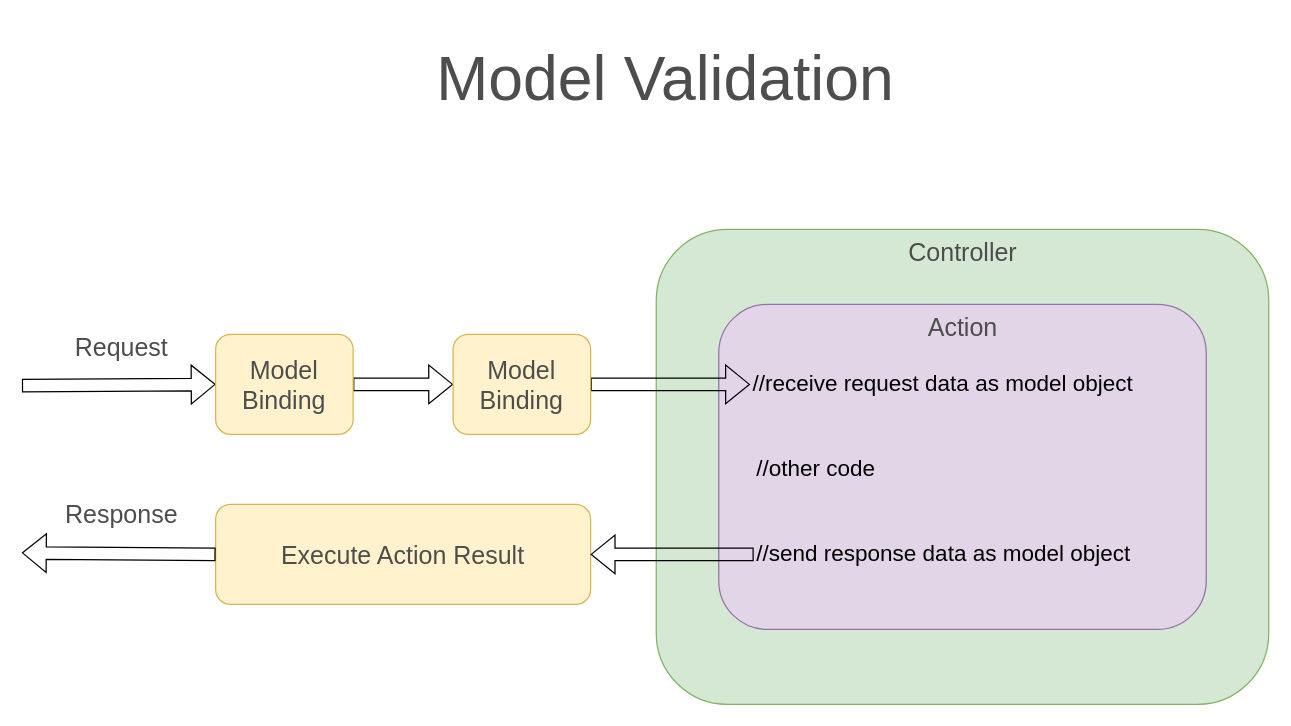
Earlier version of the draw.io diagram page "模型验证" (16 of 16) of charts/ASP.NET_Core_Ultimate_Guide.drawio (ankium/mindnotes). Source tidied: cells renumbered, new cells numbered last; positions are measured from the earlier drawing's top-left corner, leaving out a move shared by most shapes. Both pictures are drawn from the tidied source at 125%, with x=0, y=0 at pixel (21, 21).
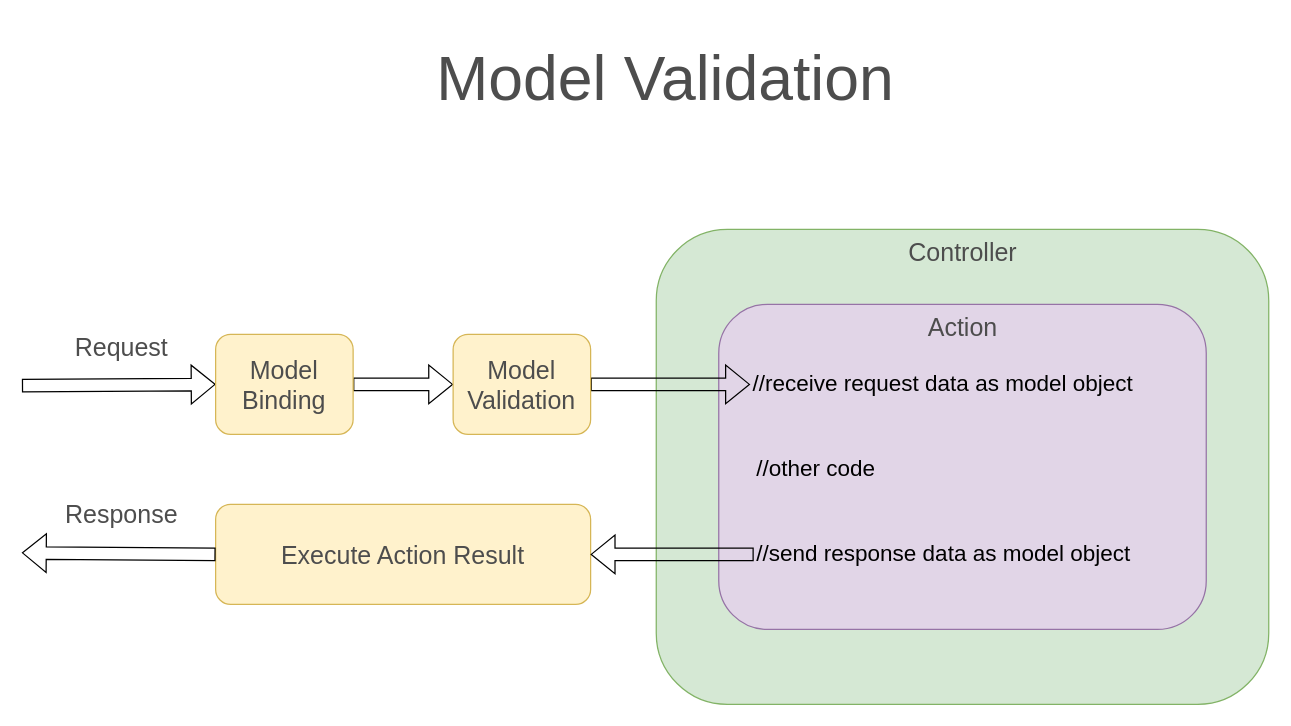
After the change.

Commit message (it also covers changes not shown here):
更新笔记、图表和.gitignore文件

Unchanged cells that the change refers to:
```xml
<mxCell id="3" style="group;" parent="1" vertex="1">
  <mxGeometry x="30" y="166" width="931.5" height="380" as="geometry" />
</mxCell>
```

The edit, as a diff of the source:
```diff
@@
-    <mxCell id="18" value="Model Binding" style="rounded=1;whiteSpace=wrap;html=1;fontSize=20;fillColor=#fff2cc;strokeColor=#d6b656;fontColor=#4D4D4D;" parent="3" vertex="1">
+    <mxCell id="18" value="Model Validation" style="rounded=1;whiteSpace=wrap;html=1;fontSize=20;fillColor=#fff2cc;strokeColor=#d6b656;fontColor=#4D4D4D;" parent="3" vertex="1">
       <mxGeometry x="315" y="84" width="110" height="80" as="geometry" />
     </mxCell>
```
